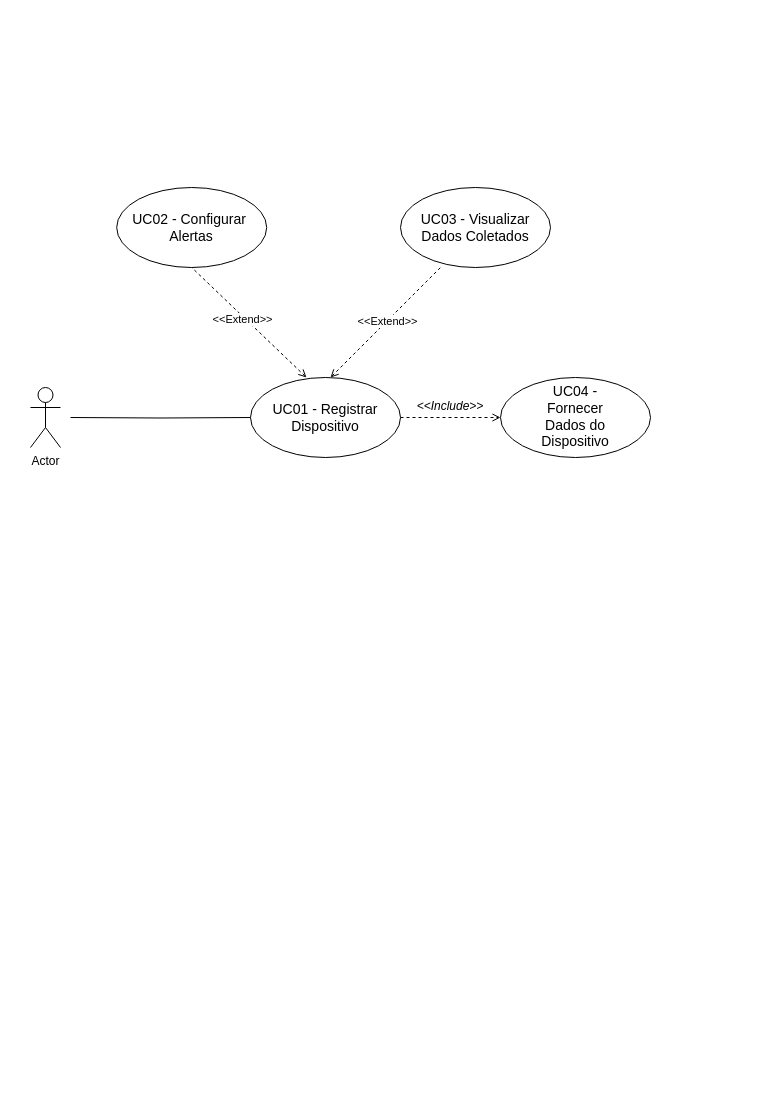
This is Diagrama sem nome.drawio from Artz2/Draw.io-diagramas, a draw.io file, before an edit. Source tidied: cells renumbered, new cells numbered last; positions are measured from the earlier drawing's top-left corner, leaving out a move shared by most shapes. Both pictures are drawn from the tidied source at 100%, with x=0, y=0 at pixel (30, 187).
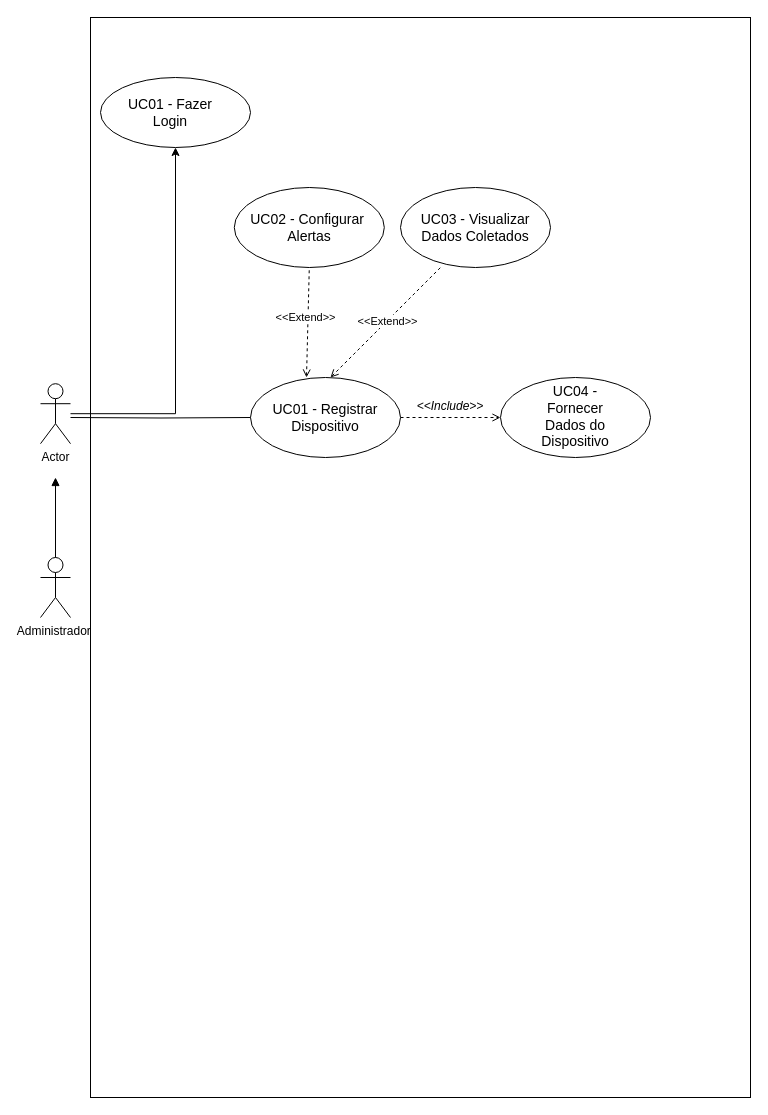
Above is the later version.

Commit message:
Actualizar Diagrama de Casos de Uso

Diff of the diagram source:
```diff
@@
+    <mxCell id="17" style="rounded=0;whiteSpace=wrap;html=1;fillColor=none;" parent="1" vertex="1">
+      <mxGeometry x="60" y="-170" width="660" height="1080" as="geometry" />
+    </mxCell>
@@
-    <mxCell id="5" value="Actor" style="shape=umlActor;verticalLabelPosition=bottom;verticalAlign=top;html=1;outlineConnect=0;" parent="1" vertex="1">
-      <mxGeometry y="200" width="30" height="60" as="geometry" />
-    </mxCell>
+    <mxCell id="18" style="edgeStyle=orthogonalEdgeStyle;rounded=0;jettySize=auto;html=1;" parent="1" edge="1" source="5" target="20">
+      <mxGeometry relative="1" as="geometry" />
+    </mxCell>
@@
     <mxCell id="16" value="UC02 - Configurar&amp;nbsp; Alertas" style="ellipse;whiteSpace=wrap;html=1;fontSize=14;" parent="1" vertex="1">
-      <mxGeometry x="86.2" width="150" height="80" as="geometry" />
+      <mxGeometry x="203.8" width="150" height="80" as="geometry" />
     </mxCell>
+    <mxCell id="19" value="Administrador&amp;nbsp;&lt;br&gt;" style="shape=umlActor;verticalLabelPosition=bottom;verticalAlign=top;html=1;outlineConnect=0;" parent="1" vertex="1">
+      <mxGeometry x="10" y="370" width="30" height="60" as="geometry" />
+    </mxCell>
+    <mxCell id="20" style="ellipse;whiteSpace=wrap;html=1;verticalAlign=top;" parent="1" vertex="1">
+      <mxGeometry x="70" y="-110" width="150" height="70" as="geometry" />
+    </mxCell>
+    <mxCell id="21" style="edgeStyle=orthogonalEdgeStyle;rounded=0;jettySize=auto;html=1;endArrow=block;endFill=1;" parent="1" edge="1" source="19">
+      <mxGeometry relative="1" as="geometry">
+        <mxPoint x="25" y="290" as="targetPoint" />
+      </mxGeometry>
+    </mxCell>
+    <mxCell id="5" value="Actor" style="shape=umlActor;verticalLabelPosition=bottom;verticalAlign=top;html=1;outlineConnect=0;" parent="1" vertex="1">
+      <mxGeometry x="10" y="196.2" width="30" height="60" as="geometry" />
+    </mxCell>
+    <mxCell id="22" value="UC01 - Fazer Login" style="text;html=1;strokeColor=none;fillColor=none;align=center;verticalAlign=middle;whiteSpace=wrap;rounded=0;fontSize=14;" parent="1" vertex="1">
+      <mxGeometry x="90" y="-90" width="100" height="30" as="geometry" />
+    </mxCell>
```
